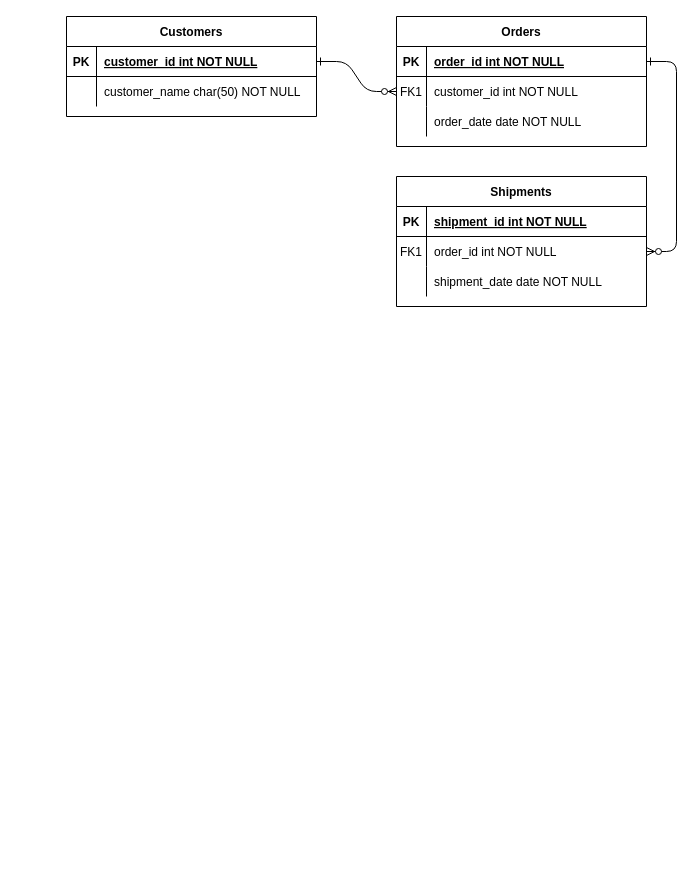
This is Untitled Diagram.drawio from czcq/drawio_storage, a draw.io file, before an edit. Source tidied: cells renumbered, new cells numbered last; positions are measured from the earlier drawing's top-left corner, leaving out a move shared by most shapes. Both pictures are drawn from the tidied source at 100%, with x=0, y=0 at pixel (66, 16).
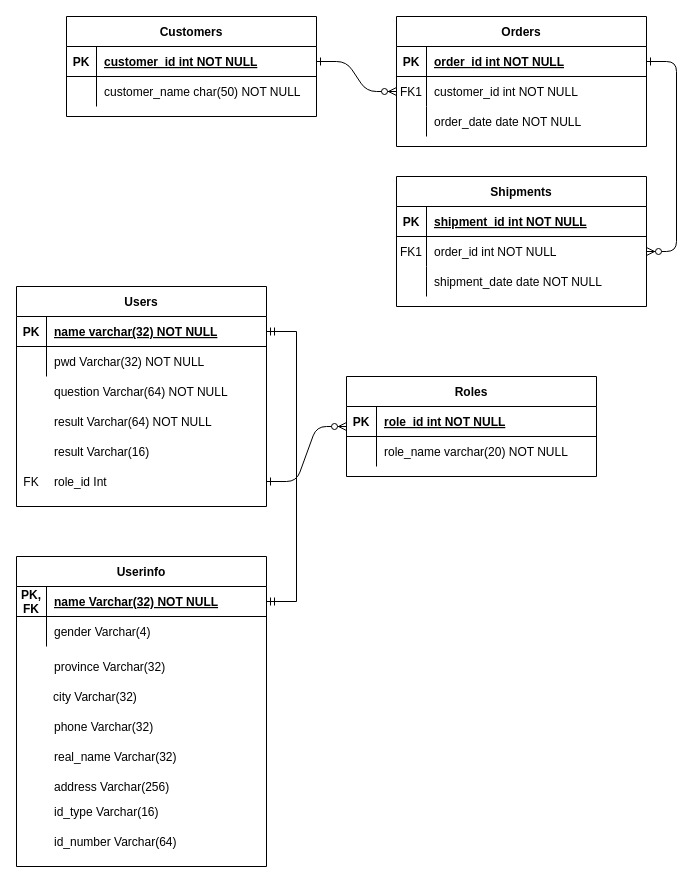
After the change.

Diff of the diagram source:
```diff
@@
+    <mxCell id="31" value="Users" style="shape=table;startSize=30;childLayout=tableLayout;rowLines=0;fontStyle=1;align=center;" parent="1" vertex="1">
+      <mxGeometry x="-50" y="270" width="250" height="220" as="geometry" />
+    </mxCell>
+    <mxCell id="32" style="shape=partialRectangle;fillColor=none;points=[[0,0.5],[1,0.5]];portConstraint=eastwest;top=0;left=0;right=0;bottom=1;" parent="31" vertex="1">
+      <mxGeometry y="30" width="250" height="30" as="geometry" />
+    </mxCell>
+    <mxCell id="33" value="PK" style="shape=partialRectangle;overflow=hidden;fillColor=none;top=0;left=0;bottom=0;right=0;fontStyle=1;" parent="32" vertex="1">
+      <mxGeometry width="30" height="30" as="geometry" />
+    </mxCell>
+    <mxCell id="34" value="name varchar(32) NOT NULL" style="shape=partialRectangle;overflow=hidden;fillColor=none;top=0;left=0;bottom=0;right=0;align=left;spacingLeft=6;fontStyle=5;" parent="32" vertex="1">
+      <mxGeometry x="30" width="220" height="30" as="geometry" />
+    </mxCell>
+    <mxCell id="35" style="shape=partialRectangle;fillColor=none;top=0;left=0;right=0;bottom=0;" parent="31" vertex="1">
+      <mxGeometry y="60" width="250" height="30" as="geometry" />
+    </mxCell>
+    <mxCell id="36" style="shape=partialRectangle;overflow=hidden;fillColor=none;top=0;left=0;bottom=0;right=0;" parent="35" vertex="1">
+      <mxGeometry width="30" height="30" as="geometry" />
+    </mxCell>
+    <mxCell id="37" value="pwd Varchar(32) NOT NULL" style="shape=partialRectangle;overflow=hidden;fillColor=none;top=0;left=0;bottom=0;right=0;align=left;spacingLeft=6;" parent="35" vertex="1">
+      <mxGeometry x="30" width="220" height="30" as="geometry" />
+    </mxCell>
+    <mxCell id="38" style="shape=partialRectangle;fillColor=none;top=0;left=0;right=0;bottom=0;" parent="1" vertex="1">
+      <mxGeometry x="-50" y="360" width="250" height="30" as="geometry" />
+    </mxCell>
+    <mxCell id="39" style="shape=partialRectangle;overflow=hidden;fillColor=none;top=0;left=0;bottom=0;right=0;" parent="38" vertex="1">
+      <mxGeometry width="30" height="30" as="geometry" />
+    </mxCell>
+    <mxCell id="40" value="question Varchar(64) NOT NULL" style="shape=partialRectangle;overflow=hidden;fillColor=none;top=0;left=0;bottom=0;right=0;align=left;spacingLeft=6;" parent="38" vertex="1">
+      <mxGeometry x="30" width="220" height="30" as="geometry" />
+    </mxCell>
+    <mxCell id="41" style="shape=partialRectangle;fillColor=none;top=0;left=0;right=0;bottom=0;" parent="1" vertex="1">
+      <mxGeometry x="-50" y="390" width="250" height="30" as="geometry" />
+    </mxCell>
+    <mxCell id="42" style="shape=partialRectangle;overflow=hidden;fillColor=none;top=0;left=0;bottom=0;right=0;" parent="41" vertex="1">
+      <mxGeometry width="30" height="30" as="geometry" />
+    </mxCell>
+    <mxCell id="43" value="result Varchar(64) NOT NULL" style="shape=partialRectangle;overflow=hidden;fillColor=none;top=0;left=0;bottom=0;right=0;align=left;spacingLeft=6;" parent="41" vertex="1">
+      <mxGeometry x="30" width="220" height="30" as="geometry" />
+    </mxCell>
+    <mxCell id="44" style="shape=partialRectangle;fillColor=none;top=0;left=0;right=0;bottom=0;" parent="1" vertex="1">
+      <mxGeometry x="-50" y="420" width="250" height="30" as="geometry" />
+    </mxCell>
+    <mxCell id="45" style="shape=partialRectangle;overflow=hidden;fillColor=none;top=0;left=0;bottom=0;right=0;" parent="44" vertex="1">
+      <mxGeometry width="30" height="30" as="geometry" />
+    </mxCell>
+    <mxCell id="46" value="result Varchar(16)" style="shape=partialRectangle;overflow=hidden;fillColor=none;top=0;left=0;bottom=0;right=0;align=left;spacingLeft=6;" parent="44" vertex="1">
+      <mxGeometry x="30" width="220" height="30" as="geometry" />
+    </mxCell>
+    <mxCell id="47" style="shape=partialRectangle;fillColor=none;points=[[0,0.5],[1,0.5]];portConstraint=eastwest;top=0;left=0;right=0;bottom=0;" parent="1" vertex="1">
+      <mxGeometry x="-50" y="450" width="250" height="30" as="geometry" />
+    </mxCell>
+    <mxCell id="48" value="FK" style="shape=partialRectangle;overflow=hidden;fillColor=none;top=0;left=0;bottom=0;right=0;" parent="47" vertex="1">
+      <mxGeometry width="30" height="30" as="geometry" />
+    </mxCell>
+    <mxCell id="49" value="role_id Int" style="shape=partialRectangle;overflow=hidden;fillColor=none;top=0;left=0;bottom=0;right=0;align=left;spacingLeft=6;" parent="47" vertex="1">
+      <mxGeometry x="30" width="220" height="30" as="geometry" />
+    </mxCell>
+    <mxCell id="50" value="Roles" style="shape=table;startSize=30;childLayout=tableLayout;rowLines=0;fontStyle=1;align=center;" parent="1" vertex="1">
+      <mxGeometry x="280" y="360" width="250" height="100" as="geometry" />
+    </mxCell>
+    <mxCell id="51" style="shape=partialRectangle;fillColor=none;top=0;left=0;right=0;bottom=1;" parent="50" vertex="1">
+      <mxGeometry y="30" width="250" height="30" as="geometry" />
+    </mxCell>
+    <mxCell id="52" value="PK" style="shape=partialRectangle;overflow=hidden;fillColor=none;top=0;left=0;bottom=0;right=0;fontStyle=1;" parent="51" vertex="1">
+      <mxGeometry width="30" height="30" as="geometry" />
+    </mxCell>
+    <mxCell id="53" value="role_id int NOT NULL" style="shape=partialRectangle;overflow=hidden;fillColor=none;top=0;left=0;bottom=0;right=0;align=left;spacingLeft=6;fontStyle=5;" parent="51" vertex="1">
+      <mxGeometry x="30" width="220" height="30" as="geometry" />
+    </mxCell>
+    <mxCell id="54" style="shape=partialRectangle;fillColor=none;top=0;left=0;right=0;bottom=0;" parent="50" vertex="1">
+      <mxGeometry y="60" width="250" height="30" as="geometry" />
+    </mxCell>
+    <mxCell id="55" style="shape=partialRectangle;overflow=hidden;fillColor=none;top=0;left=0;bottom=0;right=0;" parent="54" vertex="1">
+      <mxGeometry width="30" height="30" as="geometry" />
+    </mxCell>
+    <mxCell id="56" value="role_name varchar(20) NOT NULL" style="shape=partialRectangle;overflow=hidden;fillColor=none;top=0;left=0;bottom=0;right=0;align=left;spacingLeft=6;" parent="54" vertex="1">
+      <mxGeometry x="30" width="220" height="30" as="geometry" />
+    </mxCell>
+    <mxCell id="57" style="edgeStyle=entityRelationEdgeStyle;endArrow=ERzeroToMany;startArrow=ERone;endFill=1;startFill=0;exitX=1;exitY=0.5;exitDx=0;exitDy=0;" parent="1" edge="1" source="47">
+      <mxGeometry relative="1" as="geometry">
+        <mxPoint x="280" y="410" as="targetPoint" />
+      </mxGeometry>
+    </mxCell>
+    <mxCell id="58" value="Userinfo" style="shape=table;startSize=30;childLayout=tableLayout;rowLines=0;fontStyle=1;align=center;" parent="1" vertex="1">
+      <mxGeometry x="-50" y="540" width="250" height="310" as="geometry" />
+    </mxCell>
+    <mxCell id="59" style="shape=partialRectangle;fillColor=none;points=[[0,0.5],[1,0.5]];portConstraint=eastwest;top=0;left=0;right=0;bottom=1;" parent="58" vertex="1">
+      <mxGeometry y="30" width="250" height="30" as="geometry" />
+    </mxCell>
+    <mxCell id="60" value="PK,&#10;FK" style="shape=partialRectangle;overflow=hidden;fillColor=none;top=0;left=0;bottom=0;right=0;fontStyle=1;" parent="59" vertex="1">
+      <mxGeometry width="30" height="30" as="geometry" />
+    </mxCell>
+    <mxCell id="61" value="name Varchar(32) NOT NULL" style="shape=partialRectangle;overflow=hidden;fillColor=none;top=0;left=0;bottom=0;right=0;align=left;spacingLeft=6;fontStyle=5;" parent="59" vertex="1">
+      <mxGeometry x="30" width="220" height="30" as="geometry" />
+    </mxCell>
+    <mxCell id="62" style="shape=partialRectangle;fillColor=none;top=0;left=0;right=0;bottom=0;" parent="58" vertex="1">
+      <mxGeometry y="60" width="250" height="30" as="geometry" />
+    </mxCell>
+    <mxCell id="63" style="shape=partialRectangle;overflow=hidden;fillColor=none;top=0;left=0;bottom=0;right=0;" parent="62" vertex="1">
+      <mxGeometry width="30" height="30" as="geometry" />
+    </mxCell>
+    <mxCell id="64" value="gender Varchar(4)" style="shape=partialRectangle;overflow=hidden;fillColor=none;top=0;left=0;bottom=0;right=0;align=left;spacingLeft=6;" parent="62" vertex="1">
+      <mxGeometry x="30" width="220" height="30" as="geometry" />
+    </mxCell>
+    <mxCell id="65" style="edgeStyle=entityRelationEdgeStyle;fontSize=12;html=1;endArrow=ERmandOne;startArrow=ERmandOne;rounded=0;entryX=1;entryY=0.5;entryDx=0;entryDy=0;exitX=1;exitY=0.5;exitDx=0;exitDy=0;" parent="1" edge="1" source="59" target="32">
+      <mxGeometry relative="1" as="geometry" />
+    </mxCell>
+    <mxCell id="66" value="province Varchar(32)" style="shape=partialRectangle;overflow=hidden;fillColor=none;top=0;left=0;bottom=0;right=0;align=left;spacingLeft=6;" parent="1" vertex="1">
+      <mxGeometry x="-20" y="635" width="220" height="30" as="geometry" />
+    </mxCell>
+    <mxCell id="67" value="city Varchar(32)" style="shape=partialRectangle;overflow=hidden;fillColor=none;top=0;left=0;bottom=0;right=0;align=left;spacingLeft=6;" parent="1" vertex="1">
+      <mxGeometry x="-21" y="665" width="220" height="30" as="geometry" />
+    </mxCell>
+    <mxCell id="68" value="phone Varchar(32)" style="shape=partialRectangle;overflow=hidden;fillColor=none;top=0;left=0;bottom=0;right=0;align=left;spacingLeft=6;" parent="1" vertex="1">
+      <mxGeometry x="-20" y="695" width="220" height="30" as="geometry" />
+    </mxCell>
+    <mxCell id="69" value="real_name Varchar(32)" style="shape=partialRectangle;overflow=hidden;fillColor=none;top=0;left=0;bottom=0;right=0;align=left;spacingLeft=6;" parent="1" vertex="1">
+      <mxGeometry x="-20" y="725" width="220" height="30" as="geometry" />
+    </mxCell>
+    <mxCell id="70" value="address Varchar(256)" style="shape=partialRectangle;overflow=hidden;fillColor=none;top=0;left=0;bottom=0;right=0;align=left;spacingLeft=6;" parent="1" vertex="1">
+      <mxGeometry x="-20" y="755" width="220" height="30" as="geometry" />
+    </mxCell>
+    <mxCell id="71" value="id_type Varchar(16)" style="shape=partialRectangle;overflow=hidden;fillColor=none;top=0;left=0;bottom=0;right=0;align=left;spacingLeft=6;" parent="1" vertex="1">
+      <mxGeometry x="-20" y="780" width="220" height="30" as="geometry" />
+    </mxCell>
+    <mxCell id="72" value="id_number Varchar(64)" style="shape=partialRectangle;overflow=hidden;fillColor=none;top=0;left=0;bottom=0;right=0;align=left;spacingLeft=6;" parent="1" vertex="1">
+      <mxGeometry x="-20" y="810" width="220" height="30" as="geometry" />
+    </mxCell>
```
